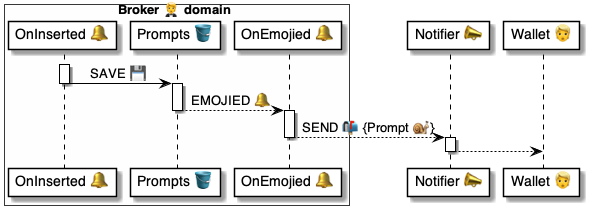
The PlantUML diagram 4 ⚙️ Solution/20 🧑‍🦰 UI/Brokers 🤵/🤵🪣 Broker tables/Prompts 🤔 table/🪣🧱 2 Emojied 🔔/🤵 OnPromptEmojied ⚙️ uml.png in pollyweb-org/pollyweb-docs, before a commit. Its source is kept beside it as 4 ⚙️ Solution/20 🧑‍🦰 UI/Brokers 🤵/🤵🪣 Broker tables/Prompts 🤔 table/🪣🧱 2 Emojied 🔔/🤵 OnPromptEmojied ⚙️ uml.puml.
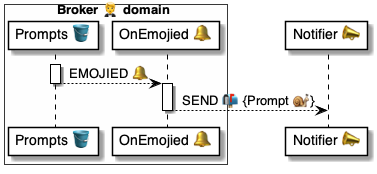
After the commit.

What changed in the source:
```diff
@@ -2,18 +2,13 @@
 
 
 box Broker 🤵 domain #FFFFFA
-    participant "OnInserted 🔔" as script
     participant "Prompts 🪣" as table
     participant "OnEmojied 🔔" as handler
 end box
 
 participant "Notifier 📣" as notifier
-participant "Wallet 👱" as wallet
 
 
-activate script
-    script -> table: SAVE 💾
-deactivate script
 
 activate table
     table --> handler: EMOJIED 🔔
@@ -23,8 +18,5 @@
     handler --> notifier: SEND 📬 {Prompt 🐌}
 deactivate handler
 
-activate notifier
-    notifier --> wallet:
-deactivate notifier
 
 @enduml
```
